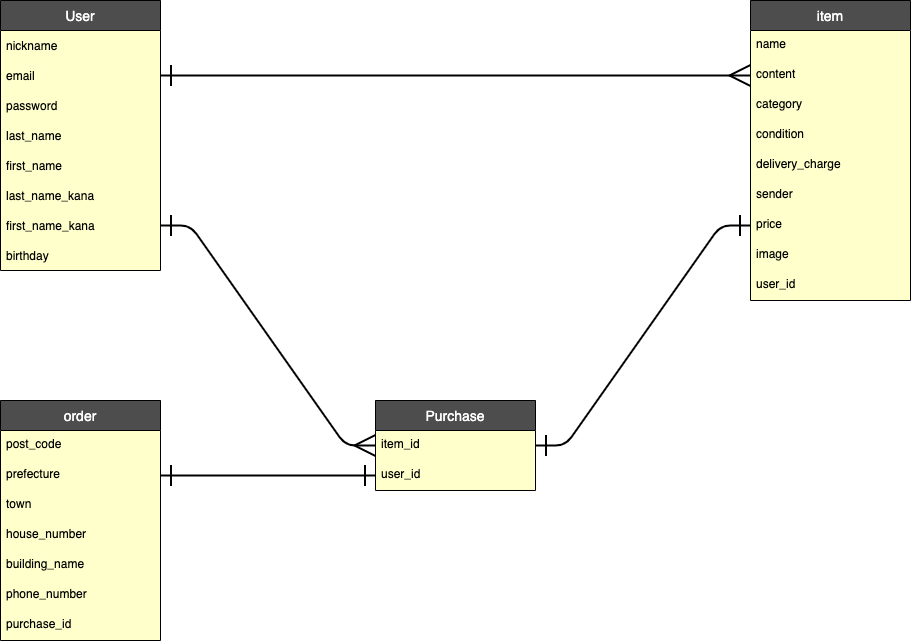
Earlier version of the draw.io export furima.drawio.png (rrr-ryu/furima-38722). Source tidied: cells renumbered, new cells last; positions are measured from the earlier drawing's top-left corner, leaving out a move shared by most shapes.
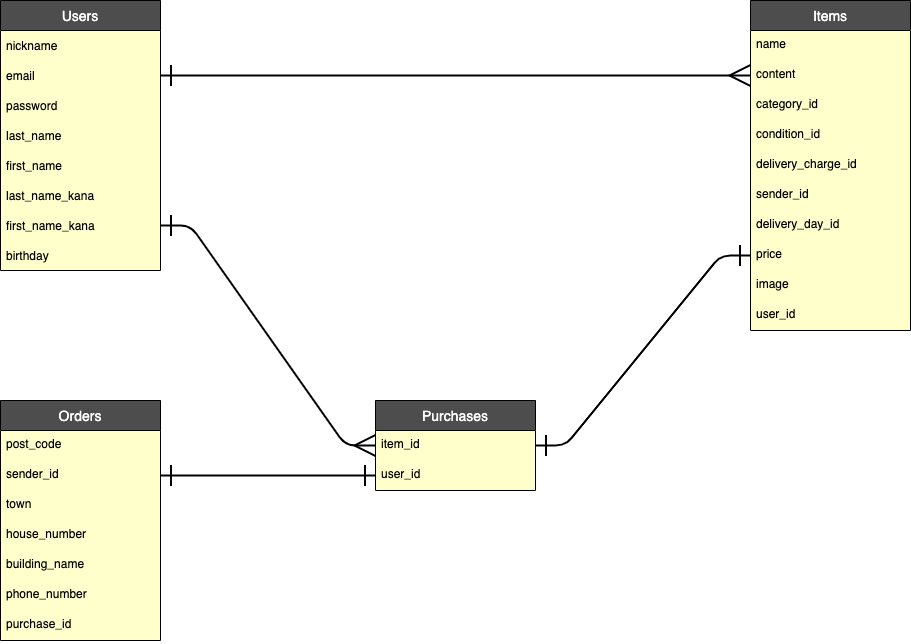
Later version of the same file.

Commit message:
ER図、README修正

The edit, as a diff of the source:
```diff
@@ -2,7 +2,7 @@
   <root>
     <mxCell id="0" />
     <mxCell id="1" parent="0" />
-    <mxCell id="2" value="User" style="swimlane;fontStyle=0;horizontal=1;startSize=30;fontSize=14;swimlaneFillColor=#FFFFCC;strokeWidth=1;labelBackgroundColor=none;fontColor=#FFFFFF;fillColor=#4D4D4D;" parent="1" vertex="1">
+    <mxCell id="2" value="Users" style="swimlane;fontStyle=0;horizontal=1;startSize=30;fontSize=14;swimlaneFillColor=#FFFFCC;strokeWidth=1;labelBackgroundColor=none;fontColor=#FFFFFF;fillColor=#4D4D4D;" parent="1" vertex="1">
       <mxGeometry width="160" height="270" as="geometry" />
     </mxCell>
     <mxCell id="3" value="nickname" style="text;strokeColor=none;fillColor=none;align=left;verticalAlign=middle;spacingLeft=4;spacingRight=4;overflow=hidden;fontColor=#000000;" parent="2" vertex="1">
@@ -29,7 +29,7 @@
     <mxCell id="10" value="birthday" style="text;strokeColor=none;fillColor=none;align=left;verticalAlign=middle;spacingLeft=4;spacingRight=4;overflow=hidden;fontColor=#000000;" parent="2" vertex="1">
       <mxGeometry y="240" width="160" height="30" as="geometry" />
     </mxCell>
-    <mxCell id="11" value="Purchase" style="swimlane;fontStyle=0;horizontal=1;startSize=30;align=center;fontSize=14;swimlaneFillColor=#FFFFCC;fillColor=#4D4D4D;fontColor=#FFFFFF;" parent="1" vertex="1">
+    <mxCell id="11" value="Purchases" style="swimlane;fontStyle=0;horizontal=1;startSize=30;align=center;fontSize=14;swimlaneFillColor=#FFFFCC;fillColor=#4D4D4D;fontColor=#FFFFFF;" parent="1" vertex="1">
       <mxGeometry x="375" y="400" width="160" height="90" as="geometry" />
     </mxCell>
     <mxCell id="12" value="item_id" style="text;strokeColor=none;fillColor=none;spacingLeft=4;spacingRight=4;overflow=hidden;points=[[0,0.5],[1,0.5]];portConstraint=eastwest;fontSize=12;fontColor=#000000;" parent="11" vertex="1">
@@ -38,13 +38,13 @@
     <mxCell id="13" value="user_id" style="text;strokeColor=none;fillColor=none;spacingLeft=4;spacingRight=4;overflow=hidden;points=[[0,0.5],[1,0.5]];portConstraint=eastwest;fontSize=12;fontColor=#000000;" parent="11" vertex="1">
       <mxGeometry y="60" width="160" height="30" as="geometry" />
     </mxCell>
-    <mxCell id="14" value="order" style="swimlane;fontStyle=0;horizontal=1;startSize=30;align=center;fontSize=14;swimlaneFillColor=#FFFFCC;fillColor=#4D4D4D;fontColor=#FFFFFF;" parent="1" vertex="1">
+    <mxCell id="14" value="Orders" style="swimlane;fontStyle=0;horizontal=1;startSize=30;align=center;fontSize=14;swimlaneFillColor=#FFFFCC;fillColor=#4D4D4D;fontColor=#FFFFFF;" parent="1" vertex="1">
       <mxGeometry y="400" width="160" height="240" as="geometry" />
     </mxCell>
     <mxCell id="15" value="post_code" style="text;strokeColor=none;fillColor=none;spacingLeft=4;spacingRight=4;overflow=hidden;fontSize=12;fontColor=#000000;" parent="14" vertex="1">
       <mxGeometry y="30" width="160" height="30" as="geometry" />
     </mxCell>
-    <mxCell id="16" value="prefecture" style="text;strokeColor=none;fillColor=none;spacingLeft=4;spacingRight=4;overflow=hidden;points=[[0,0.5],[1,0.5]];portConstraint=eastwest;fontSize=12;fontColor=#000000;" parent="14" vertex="1">
+    <mxCell id="16" value="sender_id" style="text;strokeColor=none;fillColor=none;spacingLeft=4;spacingRight=4;overflow=hidden;points=[[0,0.5],[1,0.5]];portConstraint=eastwest;fontSize=12;fontColor=#000000;" parent="14" vertex="1">
       <mxGeometry y="60" width="160" height="30" as="geometry" />
     </mxCell>
     <mxCell id="17" value="town" style="text;strokeColor=none;fillColor=none;spacingLeft=4;spacingRight=4;overflow=hidden;fontSize=12;fontColor=#000000;" parent="14" vertex="1">
@@ -62,8 +62,8 @@
     <mxCell id="21" value="purchase_id" style="text;strokeColor=none;fillColor=none;spacingLeft=4;spacingRight=4;overflow=hidden;fontSize=12;fontColor=#000000;" parent="14" vertex="1">
       <mxGeometry y="210" width="160" height="30" as="geometry" />
     </mxCell>
-    <mxCell id="22" value="item" style="swimlane;fontStyle=0;horizontal=1;startSize=30;align=center;fontSize=14;swimlaneFillColor=#FFFFCC;fillColor=#4D4D4D;fontColor=#FFFFFF;" parent="1" vertex="1">
-      <mxGeometry x="750" width="160" height="300" as="geometry" />
+    <mxCell id="22" value="Items" style="swimlane;fontStyle=0;horizontal=1;startSize=30;align=center;fontSize=14;swimlaneFillColor=#FFFFCC;fillColor=#4D4D4D;fontColor=#FFFFFF;" parent="1" vertex="1">
+      <mxGeometry x="750" width="160" height="330" as="geometry" />
     </mxCell>
     <mxCell id="23" value="name" style="text;strokeColor=none;fillColor=none;spacingLeft=4;spacingRight=4;overflow=hidden;fontSize=12;fontColor=#000000;" parent="22" vertex="1">
       <mxGeometry y="30" width="160" height="30" as="geometry" />
@@ -71,26 +71,29 @@
     <mxCell id="24" value="content" style="text;strokeColor=none;fillColor=none;spacingLeft=4;spacingRight=4;overflow=hidden;points=[[0,0.5],[1,0.5]];portConstraint=eastwest;fontSize=12;fontColor=#000000;" parent="22" vertex="1">
       <mxGeometry y="60" width="160" height="30" as="geometry" />
     </mxCell>
-    <mxCell id="25" value="category" style="text;strokeColor=none;fillColor=none;spacingLeft=4;spacingRight=4;overflow=hidden;fontSize=12;fontColor=#000000;" parent="22" vertex="1">
+    <mxCell id="25" value="category_id" style="text;strokeColor=none;fillColor=none;spacingLeft=4;spacingRight=4;overflow=hidden;fontSize=12;fontColor=#000000;" parent="22" vertex="1">
       <mxGeometry y="90" width="160" height="30" as="geometry" />
     </mxCell>
-    <mxCell id="26" value="condition" style="text;strokeColor=none;fillColor=none;spacingLeft=4;spacingRight=4;overflow=hidden;fontSize=12;fontColor=#000000;" parent="22" vertex="1">
+    <mxCell id="26" value="condition_id" style="text;strokeColor=none;fillColor=none;spacingLeft=4;spacingRight=4;overflow=hidden;fontSize=12;fontColor=#000000;" parent="22" vertex="1">
       <mxGeometry y="120" width="160" height="30" as="geometry" />
     </mxCell>
-    <mxCell id="27" value="delivery_charge" style="text;strokeColor=none;fillColor=none;spacingLeft=4;spacingRight=4;overflow=hidden;fontSize=12;fontColor=#000000;" parent="22" vertex="1">
+    <mxCell id="27" value="delivery_charge_id" style="text;strokeColor=none;fillColor=none;spacingLeft=4;spacingRight=4;overflow=hidden;fontSize=12;fontColor=#000000;" parent="22" vertex="1">
       <mxGeometry y="150" width="160" height="30" as="geometry" />
     </mxCell>
-    <mxCell id="28" value="sender" style="text;strokeColor=none;fillColor=none;spacingLeft=4;spacingRight=4;overflow=hidden;fontSize=12;fontColor=#000000;" parent="22" vertex="1">
+    <mxCell id="28" value="sender_id" style="text;strokeColor=none;fillColor=none;spacingLeft=4;spacingRight=4;overflow=hidden;fontSize=12;fontColor=#000000;" parent="22" vertex="1">
       <mxGeometry y="180" width="160" height="30" as="geometry" />
     </mxCell>
+    <mxCell id="36" value="delivery_day_id" style="text;strokeColor=none;fillColor=none;spacingLeft=4;spacingRight=4;overflow=hidden;fontSize=12;fontColor=#000000;" parent="22" vertex="1">
+      <mxGeometry y="210" width="160" height="30" as="geometry" />
+    </mxCell>
     <mxCell id="29" value="price" style="text;strokeColor=none;fillColor=none;spacingLeft=4;spacingRight=4;overflow=hidden;points=[[0,0.5],[1,0.5]];portConstraint=eastwest;fontSize=12;fontColor=#000000;" parent="22" vertex="1">
-      <mxGeometry y="210" width="160" height="30" as="geometry" />
+      <mxGeometry y="240" width="160" height="30" as="geometry" />
     </mxCell>
     <mxCell id="30" value="image" style="text;strokeColor=none;fillColor=none;spacingLeft=4;spacingRight=4;overflow=hidden;fontSize=12;fontColor=#000000;" parent="22" vertex="1">
-      <mxGeometry y="240" width="160" height="30" as="geometry" />
+      <mxGeometry y="270" width="160" height="30" as="geometry" />
     </mxCell>
     <mxCell id="31" value="user_id" style="text;strokeColor=none;fillColor=none;spacingLeft=4;spacingRight=4;overflow=hidden;fontSize=12;fontColor=#000000;" parent="22" vertex="1">
-      <mxGeometry y="270" width="160" height="30" as="geometry" />
+      <mxGeometry y="300" width="160" height="30" as="geometry" />
     </mxCell>
     <mxCell id="32" style="edgeStyle=entityRelationEdgeStyle;fontSize=12;html=1;endArrow=ERmany;exitX=1;exitY=0.5;exitDx=0;exitDy=0;entryX=0;entryY=0.5;entryDx=0;entryDy=0;rounded=1;strokeWidth=2;startArrow=ERone;startFill=0;startSize=18;endSize=18;endFill=0;strokeColor=#000000;" parent="1" edge="1" source="4" target="24">
       <mxGeometry relative="1" as="geometry" />
```
